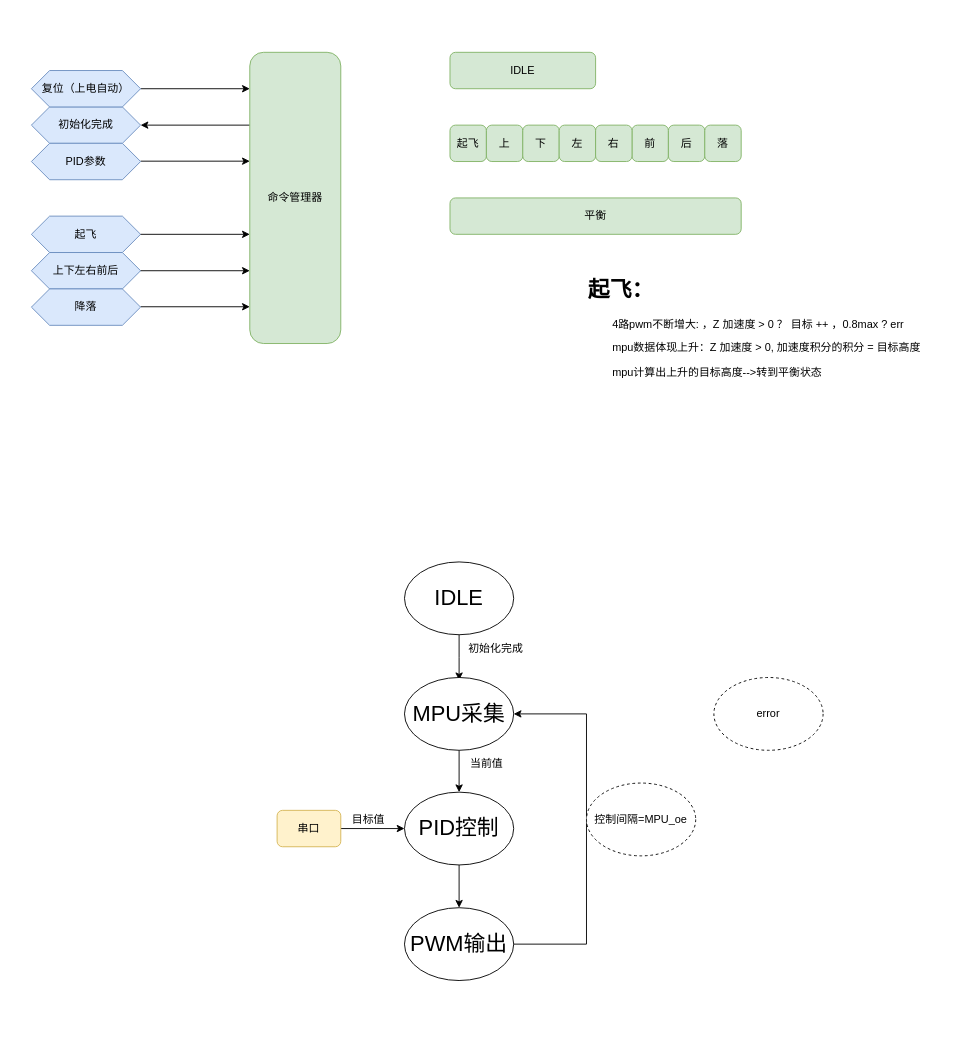
Earlier version of the draw.io diagram 设计资料/top层控制状态机设计图.drawio (MochChen/Quadcopte). Source tidied: cells renumbered, new cells numbered last; positions are measured from the earlier drawing's top-left corner, leaving out a move shared by most shapes. Both pictures are drawn from the tidied source at 91%, with x=0, y=0 at pixel (31, 52).
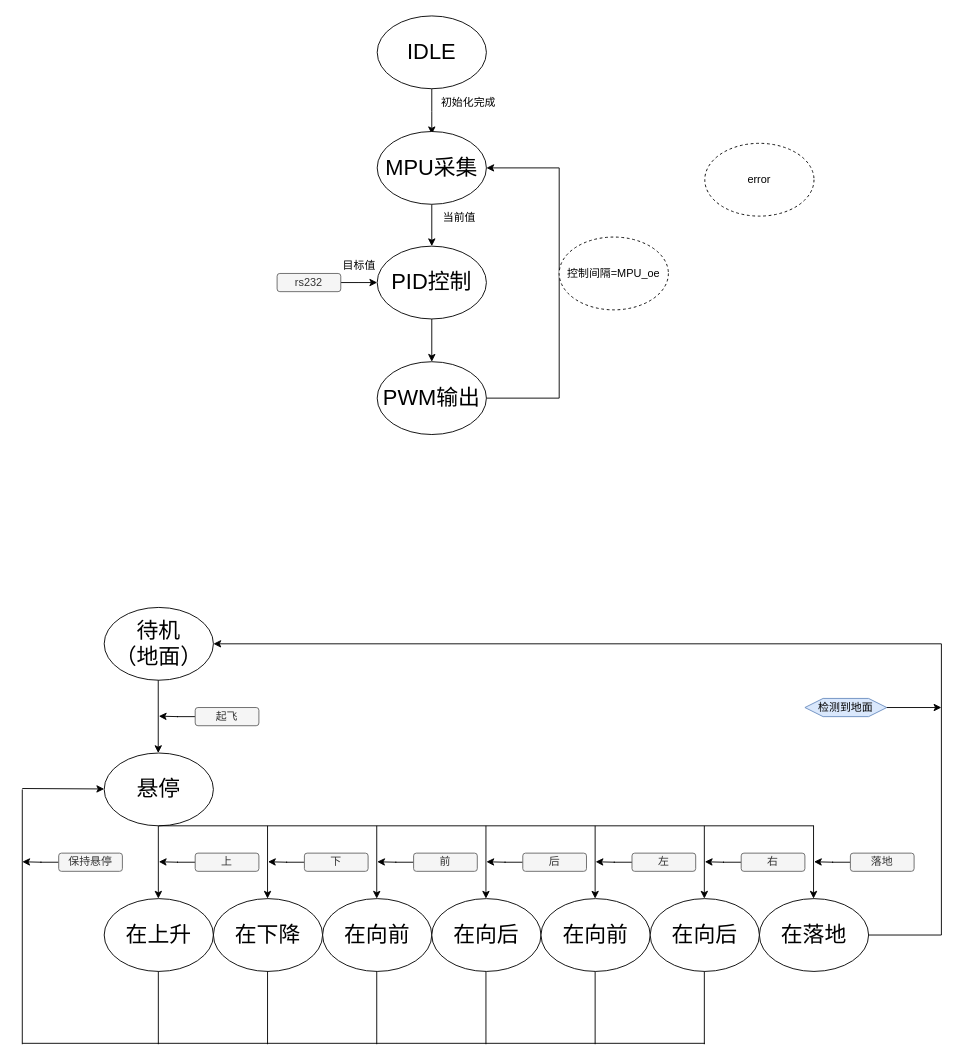
The same page after the edit.

Diff of the diagram source:
```diff
@@
-    <mxCell id="2" style="endArrow=classic;html=1;rounded=0;" parent="1" edge="1">
-      <mxGeometry relative="1" as="geometry">
-        <mxPoint x="120" y="40" as="sourcePoint" />
-        <mxPoint x="240" y="40" as="targetPoint" />
-      </mxGeometry>
-    </mxCell>
-    <mxCell id="3" value="起飞" style="shape=hexagon;perimeter=hexagonPerimeter2;whiteSpace=wrap;html=1;fixedSize=1;fillColor=#dae8fc;strokeColor=#6c8ebf;" parent="1" vertex="1">
-      <mxGeometry y="180" width="120" height="40" as="geometry" />
-    </mxCell>
-    <mxCell id="4" style="endArrow=none;html=1;rounded=0;startArrow=classic;startFill=1;endFill=0;" parent="1" edge="1">
-      <mxGeometry relative="1" as="geometry">
-        <mxPoint x="120" y="80" as="sourcePoint" />
-        <mxPoint x="240" y="80" as="targetPoint" />
-      </mxGeometry>
-    </mxCell>
-    <mxCell id="5" value="上下左右前后" style="shape=hexagon;perimeter=hexagonPerimeter2;whiteSpace=wrap;html=1;fixedSize=1;fillColor=#dae8fc;strokeColor=#6c8ebf;" parent="1" vertex="1">
-      <mxGeometry y="220" width="120" height="40" as="geometry" />
-    </mxCell>
-    <mxCell id="6" value="初始化完成" style="shape=hexagon;perimeter=hexagonPerimeter2;whiteSpace=wrap;html=1;fixedSize=1;fillColor=#dae8fc;strokeColor=#6c8ebf;" parent="1" vertex="1">
-      <mxGeometry y="60" width="120" height="40" as="geometry" />
-    </mxCell>
-    <mxCell id="7" style="endArrow=none;html=1;rounded=0;startArrow=classic;startFill=1;endFill=0;" parent="1" edge="1">
-      <mxGeometry relative="1" as="geometry">
-        <mxPoint x="240" y="119.6" as="sourcePoint" />
-        <mxPoint x="120" y="119.6" as="targetPoint" />
-      </mxGeometry>
-    </mxCell>
-    <mxCell id="8" style="endArrow=classic;html=1;rounded=0;" parent="1" edge="1">
-      <mxGeometry relative="1" as="geometry">
-        <mxPoint x="120" y="279.6" as="sourcePoint" />
-        <mxPoint x="240" y="279.6" as="targetPoint" />
-      </mxGeometry>
-    </mxCell>
-    <mxCell id="9" value="复位（上电自动）" style="shape=hexagon;perimeter=hexagonPerimeter2;whiteSpace=wrap;html=1;fixedSize=1;fillColor=#dae8fc;strokeColor=#6c8ebf;" parent="1" vertex="1">
-      <mxGeometry y="20" width="120" height="40" as="geometry" />
-    </mxCell>
-    <mxCell id="10" style="endArrow=classic;html=1;rounded=0;" parent="1" edge="1">
-      <mxGeometry relative="1" as="geometry">
-        <mxPoint x="120" y="200" as="sourcePoint" />
-        <mxPoint x="240" y="200" as="targetPoint" />
-      </mxGeometry>
-    </mxCell>
-    <mxCell id="11" value="PID参数" style="shape=hexagon;perimeter=hexagonPerimeter2;whiteSpace=wrap;html=1;fixedSize=1;fillColor=#dae8fc;strokeColor=#6c8ebf;" parent="1" vertex="1">
-      <mxGeometry y="100" width="120" height="40" as="geometry" />
-    </mxCell>
-    <mxCell id="12" style="endArrow=classic;html=1;rounded=0;" parent="1" edge="1">
-      <mxGeometry relative="1" as="geometry">
-        <mxPoint x="120" y="240" as="sourcePoint" />
-        <mxPoint x="240" y="240" as="targetPoint" />
-      </mxGeometry>
-    </mxCell>
-    <mxCell id="13" value="降落" style="shape=hexagon;perimeter=hexagonPerimeter2;whiteSpace=wrap;html=1;fixedSize=1;fillColor=#dae8fc;strokeColor=#6c8ebf;" parent="1" vertex="1">
-      <mxGeometry y="260" width="120" height="40" as="geometry" />
-    </mxCell>
-    <mxCell id="14" value="IDLE" style="rounded=1;whiteSpace=wrap;html=1;fillColor=#d5e8d4;strokeColor=#82b366;" parent="1" vertex="1">
-      <mxGeometry x="460" width="160" height="40" as="geometry" />
-    </mxCell>
-    <mxCell id="15" value="命令管理器" style="rounded=1;whiteSpace=wrap;html=1;fillColor=#d5e8d4;strokeColor=#82b366;" parent="1" vertex="1">
-      <mxGeometry x="240" width="100" height="320" as="geometry" />
-    </mxCell>
-    <mxCell id="16" value="起飞" style="rounded=1;whiteSpace=wrap;html=1;fillColor=#d5e8d4;strokeColor=#82b366;" parent="1" vertex="1">
-      <mxGeometry x="460" y="80" width="40" height="40" as="geometry" />
-    </mxCell>
-    <mxCell id="17" value="上" style="rounded=1;whiteSpace=wrap;html=1;fillColor=#d5e8d4;strokeColor=#82b366;" parent="1" vertex="1">
-      <mxGeometry x="500" y="80" width="40" height="40" as="geometry" />
-    </mxCell>
-    <mxCell id="18" value="下" style="rounded=1;whiteSpace=wrap;html=1;fillColor=#d5e8d4;strokeColor=#82b366;" parent="1" vertex="1">
-      <mxGeometry x="540" y="80" width="40" height="40" as="geometry" />
-    </mxCell>
-    <mxCell id="19" value="平衡" style="rounded=1;whiteSpace=wrap;html=1;fillColor=#d5e8d4;strokeColor=#82b366;" parent="1" vertex="1">
-      <mxGeometry x="460" y="160" width="320" height="40" as="geometry" />
-    </mxCell>
-    <mxCell id="20" value="左" style="rounded=1;whiteSpace=wrap;html=1;fillColor=#d5e8d4;strokeColor=#82b366;" parent="1" vertex="1">
-      <mxGeometry x="580" y="80" width="40" height="40" as="geometry" />
-    </mxCell>
-    <mxCell id="21" value="前" style="rounded=1;whiteSpace=wrap;html=1;fillColor=#d5e8d4;strokeColor=#82b366;" parent="1" vertex="1">
-      <mxGeometry x="660" y="80" width="40" height="40" as="geometry" />
-    </mxCell>
-    <mxCell id="22" value="后" style="rounded=1;whiteSpace=wrap;html=1;fillColor=#d5e8d4;strokeColor=#82b366;" parent="1" vertex="1">
-      <mxGeometry x="700" y="80" width="40" height="40" as="geometry" />
-    </mxCell>
-    <mxCell id="23" value="右" style="rounded=1;whiteSpace=wrap;html=1;fillColor=#d5e8d4;strokeColor=#82b366;" parent="1" vertex="1">
-      <mxGeometry x="620" y="80" width="40" height="40" as="geometry" />
-    </mxCell>
-    <mxCell id="24" value="落" style="rounded=1;whiteSpace=wrap;html=1;fillColor=#d5e8d4;strokeColor=#82b366;" parent="1" vertex="1">
-      <mxGeometry x="740" y="80" width="40" height="40" as="geometry" />
-    </mxCell>
-    <mxCell id="25" value="&lt;h1 style=&quot;margin-top: 0px;&quot;&gt;起飞：&lt;/h1&gt;&lt;p&gt;&lt;span style=&quot;white-space: pre;&quot;&gt;&#9;&lt;/span&gt;4路pwm不断增大: ，Z 加速度 &amp;gt; 0&amp;nbsp;？ 目标 ++ ，0.8max ? err&lt;/p&gt;&lt;p&gt;&lt;span style=&quot;white-space: pre;&quot;&gt;&#9;&lt;/span&gt;mpu数据体现上升：Z 加速度 &amp;gt; 0, 加速度积分的积分 = 目标高度&lt;/p&gt;&lt;p&gt;&lt;span style=&quot;white-space: pre;&quot;&gt;&#9;&lt;/span&gt;mpu计算出上升的目标高度--&amp;gt;转到平衡状态&lt;br&gt;&lt;/p&gt;" style="text;html=1;whiteSpace=wrap;overflow=hidden;rounded=0;" parent="1" vertex="1">
-      <mxGeometry x="610" y="240" width="390" height="160" as="geometry" />
-    </mxCell>
     <mxCell id="26" style="edgeStyle=orthogonalEdgeStyle;rounded=0;jettySize=auto;html=1;" parent="1" edge="1" source="27">
       <mxGeometry relative="1" as="geometry">
-        <mxPoint x="470" y="690" as="targetPoint" />
+        <mxPoint x="440" y="90" as="targetPoint" />
       </mxGeometry>
     </mxCell>
     <mxCell id="27" value="IDLE" style="ellipse;whiteSpace=wrap;html=1;fontSize=24;" parent="1" vertex="1">
-      <mxGeometry x="410" y="560" width="120" height="80" as="geometry" />
+      <mxGeometry x="380" y="-40" width="120" height="80" as="geometry" />
     </mxCell>
@@
     <mxCell id="29" value="MPU采集" style="ellipse;whiteSpace=wrap;html=1;fontSize=24;" parent="1" vertex="1">
-      <mxGeometry x="410" y="687" width="120" height="80" as="geometry" />
+      <mxGeometry x="380" y="87" width="120" height="80" as="geometry" />
     </mxCell>
@@
     <mxCell id="31" value="PID控制" style="ellipse;whiteSpace=wrap;html=1;fontSize=24;" parent="1" vertex="1">
-      <mxGeometry x="410" y="813" width="120" height="80" as="geometry" />
+      <mxGeometry x="380" y="213" width="120" height="80" as="geometry" />
     </mxCell>
     <mxCell id="32" style="edgeStyle=elbowEdgeStyle;rounded=0;jettySize=auto;html=1;exitX=1;exitY=0.5;exitDx=0;exitDy=0;entryX=1;entryY=0.5;entryDx=0;entryDy=0;" parent="1" edge="1" source="33" target="29">
       <mxGeometry relative="1" as="geometry">
         <Array as="points">
-          <mxPoint x="610" y="850" />
+          <mxPoint x="580" y="250" />
         </Array>
       </mxGeometry>
     </mxCell>
     <mxCell id="33" value="PWM输出" style="ellipse;whiteSpace=wrap;html=1;fontSize=24;" parent="1" vertex="1">
-      <mxGeometry x="410" y="940" width="120" height="80" as="geometry" />
+      <mxGeometry x="380" y="340" width="120" height="80" as="geometry" />
     </mxCell>
-    <mxCell id="34" style="edgeStyle=orthogonalEdgeStyle;rounded=0;jettySize=auto;html=1;entryX=0;entryY=0.5;entryDx=0;entryDy=0;" parent="1" edge="1" source="35" target="31">
-      <mxGeometry relative="1" as="geometry" />
-    </mxCell>
-    <mxCell id="35" value="串口" style="rounded=1;whiteSpace=wrap;html=1;fillColor=#fff2cc;strokeColor=#d6b656;" parent="1" vertex="1">
-      <mxGeometry x="270" y="833" width="70" height="40" as="geometry" />
-    </mxCell>
     <mxCell id="36" value="目标值" style="text;html=1;align=center;verticalAlign=middle;strokeColor=none;fillColor=none;" parent="1" vertex="1">
-      <mxGeometry x="340" y="828" width="60" height="30" as="geometry" />
+      <mxGeometry x="330" y="220" width="60" height="30" as="geometry" />
     </mxCell>
     <mxCell id="37" value="当前值" style="text;html=1;align=center;verticalAlign=middle;strokeColor=none;fillColor=none;" parent="1" vertex="1">
-      <mxGeometry x="470" y="767" width="60" height="30" as="geometry" />
+      <mxGeometry x="440" y="167" width="60" height="30" as="geometry" />
     </mxCell>
     <mxCell id="38" value="初始化完成" style="text;html=1;align=center;verticalAlign=middle;strokeColor=none;fillColor=none;" parent="1" vertex="1">
-      <mxGeometry x="470" y="640" width="80" height="30" as="geometry" />
+      <mxGeometry x="440" y="40" width="80" height="30" as="geometry" />
     </mxCell>
     <mxCell id="39" value="控制间隔=MPU_oe" style="ellipse;whiteSpace=wrap;html=1;dashed=1;" parent="1" vertex="1">
-      <mxGeometry x="610" y="803" width="120" height="80" as="geometry" />
+      <mxGeometry x="580" y="203" width="120" height="80" as="geometry" />
     </mxCell>
     <mxCell id="40" value="error" style="ellipse;whiteSpace=wrap;html=1;dashed=1;" parent="1" vertex="1">
-      <mxGeometry x="750" y="687" width="120" height="80" as="geometry" />
+      <mxGeometry x="740" y="100" width="120" height="80" as="geometry" />
     </mxCell>
+    <mxCell id="41" value="待机&lt;div&gt;（地面）&lt;/div&gt;" style="ellipse;whiteSpace=wrap;html=1;fontSize=24;" parent="1" vertex="1">
+      <mxGeometry x="80" y="610" width="120" height="80" as="geometry" />
+    </mxCell>
+    <mxCell id="42" style="endArrow=classic;html=1;rounded=0;" parent="1" edge="1">
+      <mxGeometry relative="1" as="geometry">
+        <mxPoint x="139.4" y="690" as="sourcePoint" />
+        <mxPoint x="139.4" y="770" as="targetPoint" />
+      </mxGeometry>
+    </mxCell>
+    <mxCell id="43" style="edgeStyle=orthogonalEdgeStyle;rounded=0;jettySize=auto;html=1;exitX=0;exitY=0.5;exitDx=0;exitDy=0;" parent="1" edge="1" source="44">
+      <mxGeometry relative="1" as="geometry">
+        <mxPoint x="140" y="729.5" as="targetPoint" />
+      </mxGeometry>
+    </mxCell>
+    <mxCell id="44" value="起飞" style="rounded=1;whiteSpace=wrap;html=1;fillColor=#f5f5f5;strokeColor=#666666;fontColor=#333333;" parent="1" vertex="1">
+      <mxGeometry x="180" y="720" width="70" height="20" as="geometry" />
+    </mxCell>
+    <mxCell id="45" value="悬停" style="ellipse;whiteSpace=wrap;html=1;fontSize=24;" parent="1" vertex="1">
+      <mxGeometry x="80" y="770" width="120" height="80" as="geometry" />
+    </mxCell>
+    <mxCell id="46" style="endArrow=classic;html=1;rounded=0;" parent="1" edge="1">
+      <mxGeometry relative="1" as="geometry">
+        <mxPoint x="139.5" y="850" as="sourcePoint" />
+        <mxPoint x="139.5" y="930" as="targetPoint" />
+      </mxGeometry>
+    </mxCell>
+    <mxCell id="47" value="在上升" style="ellipse;whiteSpace=wrap;html=1;fontSize=24;" parent="1" vertex="1">
+      <mxGeometry x="80" y="930" width="120" height="80" as="geometry" />
+    </mxCell>
+    <mxCell id="48" style="edgeStyle=orthogonalEdgeStyle;rounded=0;jettySize=auto;html=1;exitX=0;exitY=0.5;exitDx=0;exitDy=0;" parent="1" edge="1" source="17">
+      <mxGeometry relative="1" as="geometry">
+        <mxPoint x="140" y="889.5" as="targetPoint" />
+      </mxGeometry>
+    </mxCell>
+    <mxCell id="17" value="上" style="rounded=1;whiteSpace=wrap;html=1;fillColor=#f5f5f5;strokeColor=#666666;fontColor=#333333;" parent="1" vertex="1">
+      <mxGeometry x="180" y="880" width="70" height="20" as="geometry" />
+    </mxCell>
+    <mxCell id="49" style="endArrow=none;html=1;rounded=0;" parent="1" edge="1">
+      <mxGeometry relative="1" as="geometry">
+        <mxPoint x="140" y="850" as="sourcePoint" />
+        <mxPoint x="860" y="850" as="targetPoint" />
+      </mxGeometry>
+    </mxCell>
+    <mxCell id="50" style="endArrow=classic;html=1;rounded=0;" parent="1" edge="1">
+      <mxGeometry relative="1" as="geometry">
+        <mxPoint x="259.5" y="850" as="sourcePoint" />
+        <mxPoint x="259.5" y="930" as="targetPoint" />
+      </mxGeometry>
+    </mxCell>
+    <mxCell id="51" value="在下降" style="ellipse;whiteSpace=wrap;html=1;fontSize=24;" parent="1" vertex="1">
+      <mxGeometry x="200" y="930" width="120" height="80" as="geometry" />
+    </mxCell>
+    <mxCell id="52" style="edgeStyle=orthogonalEdgeStyle;rounded=0;jettySize=auto;html=1;exitX=0;exitY=0.5;exitDx=0;exitDy=0;" parent="1" edge="1" source="18">
+      <mxGeometry relative="1" as="geometry">
+        <mxPoint x="260" y="889.5" as="targetPoint" />
+      </mxGeometry>
+    </mxCell>
+    <mxCell id="18" value="下" style="rounded=1;whiteSpace=wrap;html=1;fillColor=#f5f5f5;strokeColor=#666666;fontColor=#333333;" parent="1" vertex="1">
+      <mxGeometry x="300" y="880" width="70" height="20" as="geometry" />
+    </mxCell>
+    <mxCell id="53" style="endArrow=classic;html=1;rounded=0;" parent="1" edge="1">
+      <mxGeometry relative="1" as="geometry">
+        <mxPoint x="379.5" y="850" as="sourcePoint" />
+        <mxPoint x="379.5" y="930" as="targetPoint" />
+      </mxGeometry>
+    </mxCell>
+    <mxCell id="54" value="在向前" style="ellipse;whiteSpace=wrap;html=1;fontSize=24;" parent="1" vertex="1">
+      <mxGeometry x="320" y="930" width="120" height="80" as="geometry" />
+    </mxCell>
+    <mxCell id="55" style="edgeStyle=orthogonalEdgeStyle;rounded=0;jettySize=auto;html=1;exitX=0;exitY=0.5;exitDx=0;exitDy=0;" parent="1" edge="1" source="21">
+      <mxGeometry relative="1" as="geometry">
+        <mxPoint x="380" y="889.5" as="targetPoint" />
+      </mxGeometry>
+    </mxCell>
+    <mxCell id="21" value="前" style="rounded=1;whiteSpace=wrap;html=1;fillColor=#f5f5f5;strokeColor=#666666;fontColor=#333333;" parent="1" vertex="1">
+      <mxGeometry x="420" y="880" width="70" height="20" as="geometry" />
+    </mxCell>
+    <mxCell id="56" style="endArrow=classic;html=1;rounded=0;" parent="1" edge="1">
+      <mxGeometry relative="1" as="geometry">
+        <mxPoint x="499.5" y="850" as="sourcePoint" />
+        <mxPoint x="499.5" y="930" as="targetPoint" />
+      </mxGeometry>
+    </mxCell>
+    <mxCell id="57" value="在向后" style="ellipse;whiteSpace=wrap;html=1;fontSize=24;" parent="1" vertex="1">
+      <mxGeometry x="440" y="930" width="120" height="80" as="geometry" />
+    </mxCell>
+    <mxCell id="58" style="edgeStyle=orthogonalEdgeStyle;rounded=0;jettySize=auto;html=1;exitX=0;exitY=0.5;exitDx=0;exitDy=0;" parent="1" edge="1" source="22">
+      <mxGeometry relative="1" as="geometry">
+        <mxPoint x="500" y="889.5" as="targetPoint" />
+      </mxGeometry>
+    </mxCell>
+    <mxCell id="22" value="后" style="rounded=1;whiteSpace=wrap;html=1;fillColor=#f5f5f5;strokeColor=#666666;fontColor=#333333;" parent="1" vertex="1">
+      <mxGeometry x="540" y="880" width="70" height="20" as="geometry" />
+    </mxCell>
+    <mxCell id="59" style="endArrow=classic;html=1;rounded=0;" parent="1" edge="1">
+      <mxGeometry relative="1" as="geometry">
+        <mxPoint x="859.5" y="850" as="sourcePoint" />
+        <mxPoint x="859.5" y="930" as="targetPoint" />
+      </mxGeometry>
+    </mxCell>
+    <mxCell id="60" style="edgeStyle=elbowEdgeStyle;rounded=0;jettySize=auto;html=1;entryX=1;entryY=0.5;entryDx=0;entryDy=0;" parent="1" edge="1" source="61" target="41">
+      <mxGeometry relative="1" as="geometry">
+        <Array as="points">
+          <mxPoint x="1000" y="800" />
+          <mxPoint x="790" y="800" />
+        </Array>
+      </mxGeometry>
+    </mxCell>
+    <mxCell id="61" value="在落地" style="ellipse;whiteSpace=wrap;html=1;fontSize=24;" parent="1" vertex="1">
+      <mxGeometry x="800" y="930" width="120" height="80" as="geometry" />
+    </mxCell>
+    <mxCell id="62" style="edgeStyle=orthogonalEdgeStyle;rounded=0;jettySize=auto;html=1;exitX=0;exitY=0.5;exitDx=0;exitDy=0;" parent="1" edge="1" source="63">
+      <mxGeometry relative="1" as="geometry">
+        <mxPoint x="860" y="889.5" as="targetPoint" />
+      </mxGeometry>
+    </mxCell>
+    <mxCell id="63" value="落地" style="rounded=1;whiteSpace=wrap;html=1;fillColor=#f5f5f5;strokeColor=#666666;fontColor=#333333;" parent="1" vertex="1">
+      <mxGeometry x="900" y="880" width="70" height="20" as="geometry" />
+    </mxCell>
+    <mxCell id="64" style="endArrow=none;html=1;rounded=0;" parent="1" edge="1">
+      <mxGeometry relative="1" as="geometry">
+        <mxPoint x="-10" y="1089" as="sourcePoint" />
+        <mxPoint x="740" y="1089" as="targetPoint" />
+      </mxGeometry>
+    </mxCell>
+    <mxCell id="65" style="endArrow=none;html=1;rounded=0;endFill=0;" parent="1" edge="1">
+      <mxGeometry relative="1" as="geometry">
+        <mxPoint x="499.5" y="1010" as="sourcePoint" />
+        <mxPoint x="499.5" y="1090" as="targetPoint" />
+      </mxGeometry>
+    </mxCell>
+    <mxCell id="66" style="endArrow=none;html=1;rounded=0;endFill=0;" parent="1" edge="1">
+      <mxGeometry relative="1" as="geometry">
+        <mxPoint x="379.5" y="1010" as="sourcePoint" />
+        <mxPoint x="379.5" y="1090" as="targetPoint" />
+      </mxGeometry>
+    </mxCell>
+    <mxCell id="67" style="endArrow=none;html=1;rounded=0;endFill=0;" parent="1" edge="1">
+      <mxGeometry relative="1" as="geometry">
+        <mxPoint x="259.5" y="1010" as="sourcePoint" />
+        <mxPoint x="259.5" y="1090" as="targetPoint" />
+      </mxGeometry>
+    </mxCell>
+    <mxCell id="68" style="endArrow=none;html=1;rounded=0;endFill=0;" parent="1" edge="1">
+      <mxGeometry relative="1" as="geometry">
+        <mxPoint x="139.5" y="1010" as="sourcePoint" />
+        <mxPoint x="139.5" y="1090" as="targetPoint" />
+      </mxGeometry>
+    </mxCell>
+    <mxCell id="69" style="endArrow=classic;html=1;rounded=0;" parent="1" edge="1">
+      <mxGeometry relative="1" as="geometry">
+        <mxPoint x="-10" y="809" as="sourcePoint" />
+        <mxPoint x="80" y="809.5" as="targetPoint" />
+      </mxGeometry>
+    </mxCell>
+    <mxCell id="70" style="endArrow=none;html=1;rounded=0;" parent="1" edge="1">
+      <mxGeometry relative="1" as="geometry">
+        <mxPoint x="-10" y="1090" as="sourcePoint" />
+        <mxPoint x="-10" y="810" as="targetPoint" />
+      </mxGeometry>
+    </mxCell>
+    <mxCell id="71" style="edgeStyle=orthogonalEdgeStyle;rounded=0;jettySize=auto;html=1;exitX=0;exitY=0.5;exitDx=0;exitDy=0;" parent="1" edge="1" source="72">
+      <mxGeometry relative="1" as="geometry">
+        <mxPoint x="-10" y="889.5" as="targetPoint" />
+      </mxGeometry>
+    </mxCell>
+    <mxCell id="72" value="保持悬停" style="rounded=1;whiteSpace=wrap;html=1;fillColor=#f5f5f5;strokeColor=#666666;fontColor=#333333;" parent="1" vertex="1">
+      <mxGeometry x="30" y="880" width="70" height="20" as="geometry" />
+    </mxCell>
+    <mxCell id="73" style="endArrow=classic;html=1;rounded=0;" parent="1" edge="1">
+      <mxGeometry relative="1" as="geometry">
+        <mxPoint x="619.5" y="850" as="sourcePoint" />
+        <mxPoint x="619.5" y="930" as="targetPoint" />
+      </mxGeometry>
+    </mxCell>
+    <mxCell id="74" value="在向前" style="ellipse;whiteSpace=wrap;html=1;fontSize=24;" parent="1" vertex="1">
+      <mxGeometry x="560" y="930" width="120" height="80" as="geometry" />
+    </mxCell>
+    <mxCell id="75" style="edgeStyle=orthogonalEdgeStyle;rounded=0;jettySize=auto;html=1;exitX=0;exitY=0.5;exitDx=0;exitDy=0;" parent="1" edge="1" source="20">
+      <mxGeometry relative="1" as="geometry">
+        <mxPoint x="620" y="889.5" as="targetPoint" />
+      </mxGeometry>
+    </mxCell>
+    <mxCell id="20" value="左" style="rounded=1;whiteSpace=wrap;html=1;fillColor=#f5f5f5;strokeColor=#666666;fontColor=#333333;" parent="1" vertex="1">
+      <mxGeometry x="660" y="880" width="70" height="20" as="geometry" />
+    </mxCell>
+    <mxCell id="76" style="endArrow=classic;html=1;rounded=0;" parent="1" edge="1">
+      <mxGeometry relative="1" as="geometry">
+        <mxPoint x="739.5" y="850" as="sourcePoint" />
+        <mxPoint x="739.5" y="930" as="targetPoint" />
+      </mxGeometry>
+    </mxCell>
+    <mxCell id="77" value="在向后" style="ellipse;whiteSpace=wrap;html=1;fontSize=24;" parent="1" vertex="1">
+      <mxGeometry x="680" y="930" width="120" height="80" as="geometry" />
+    </mxCell>
+    <mxCell id="78" style="edgeStyle=orthogonalEdgeStyle;rounded=0;jettySize=auto;html=1;exitX=0;exitY=0.5;exitDx=0;exitDy=0;" parent="1" edge="1" source="23">
+      <mxGeometry relative="1" as="geometry">
+        <mxPoint x="740" y="889.5" as="targetPoint" />
+      </mxGeometry>
+    </mxCell>
+    <mxCell id="23" value="右" style="rounded=1;whiteSpace=wrap;html=1;fillColor=#f5f5f5;strokeColor=#666666;fontColor=#333333;" parent="1" vertex="1">
+      <mxGeometry x="780" y="880" width="70" height="20" as="geometry" />
+    </mxCell>
+    <mxCell id="79" style="endArrow=none;html=1;rounded=0;endFill=0;" parent="1" edge="1">
+      <mxGeometry relative="1" as="geometry">
+        <mxPoint x="619.5" y="1010" as="sourcePoint" />
+        <mxPoint x="619.5" y="1090" as="targetPoint" />
+      </mxGeometry>
+    </mxCell>
+    <mxCell id="80" style="endArrow=none;html=1;rounded=0;endFill=0;" parent="1" edge="1">
+      <mxGeometry relative="1" as="geometry">
+        <mxPoint x="739.5" y="1010" as="sourcePoint" />
+        <mxPoint x="739.5" y="1090" as="targetPoint" />
+      </mxGeometry>
+    </mxCell>
+    <mxCell id="81" value="检测到地面" style="shape=hexagon;perimeter=hexagonPerimeter2;whiteSpace=wrap;html=1;fixedSize=1;fillColor=#dae8fc;strokeColor=#6c8ebf;" parent="1" vertex="1">
+      <mxGeometry x="850" y="710" width="90" height="20" as="geometry" />
+    </mxCell>
+    <mxCell id="82" style="endArrow=classic;html=1;rounded=0;exitX=1;exitY=0.5;exitDx=0;exitDy=0;" parent="1" edge="1" source="81">
+      <mxGeometry relative="1" as="geometry">
+        <mxPoint x="1000" y="720" as="targetPoint" />
+      </mxGeometry>
+    </mxCell>
+    <mxCell id="83" style="edgeStyle=orthogonalEdgeStyle;rounded=0;jettySize=auto;html=1;" parent="1" edge="1" source="84">
+      <mxGeometry relative="1" as="geometry">
+        <mxPoint x="380" y="253" as="targetPoint" />
+      </mxGeometry>
+    </mxCell>
+    <mxCell id="84" value="rs232" style="rounded=1;whiteSpace=wrap;html=1;fillColor=#f5f5f5;strokeColor=#666666;fontColor=#333333;" parent="1" vertex="1">
+      <mxGeometry x="270" y="243" width="70" height="20" as="geometry" />
+    </mxCell>
```
